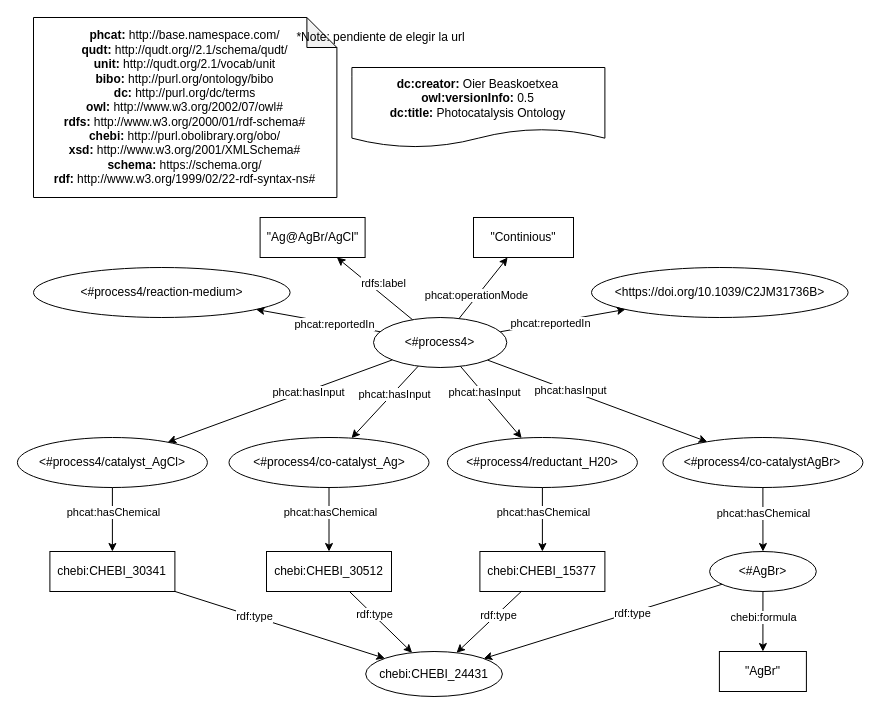
The draw.io diagram page "Ejemplo-input" (4 of 8) of examples/photocatalysis-ontology-example.drawio in SolarChem/solarchem-ontology, before the edit. Source tidied: cells renumbered, new cells numbered last; positions are measured from the earlier drawing's top-left corner, leaving out a move shared by most shapes. Both pictures are drawn from the tidied source at 100%, with x=0, y=0 at pixel (17, 17).
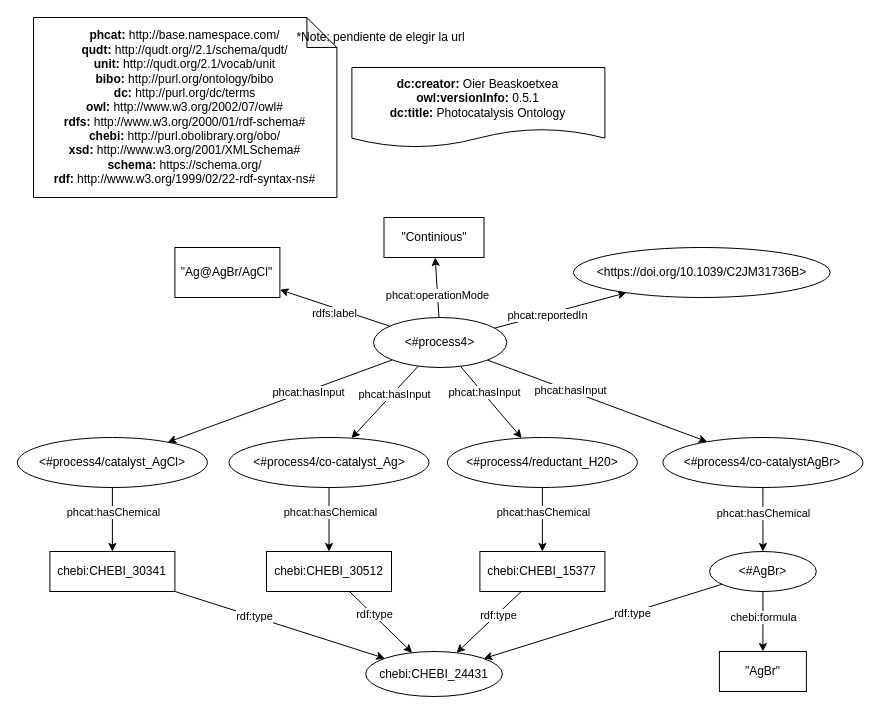
The same diagram, later.

Unchanged cells that the change refers to:
```xml
<mxCell id="6" value="&amp;lt;#process4&amp;gt;" style="ellipse;whiteSpace=wrap;html=1;fillColor=default;" parent="1" vertex="1">
  <mxGeometry x="356" y="300" width="133.3" height="50" as="geometry" />
</mxCell>
<mxCell id="13" style="edgeStyle=none;html=1;" parent="1" edge="1" source="6" target="12">
  <mxGeometry relative="1" as="geometry" />
</mxCell>
```

What changed in the source:
```diff
@@
-    <mxCell id="2" value="&lt;div&gt;&lt;b&gt;dc:creator:&lt;/b&gt;&amp;nbsp;Oier Beaskoetxea&lt;/div&gt;&lt;div&gt;&lt;b&gt;owl:versionInfo:&lt;/b&gt; 0.5&lt;/div&gt;&lt;div&gt;&lt;b&gt;dc:title:&lt;/b&gt;&amp;nbsp;Photocatalysis Ontology&lt;/div&gt;" style="shape=document;whiteSpace=wrap;html=1;boundedLbl=1;labelBackgroundColor=#ffffff;strokeColor=#000000;fontSize=12;fontColor=#000000;size=0.23333333333333334;" parent="1" vertex="1">
+    <mxCell id="2" value="&lt;div&gt;&lt;b&gt;dc:creator:&lt;/b&gt;&amp;nbsp;Oier Beaskoetxea&lt;/div&gt;&lt;div&gt;&lt;b&gt;owl:versionInfo:&lt;/b&gt; 0.5.1&lt;/div&gt;&lt;div&gt;&lt;b&gt;dc:title:&lt;/b&gt;&amp;nbsp;Photocatalysis Ontology&lt;/div&gt;" style="shape=document;whiteSpace=wrap;html=1;boundedLbl=1;labelBackgroundColor=#ffffff;strokeColor=#000000;fontSize=12;fontColor=#000000;size=0.23333333333333334;" parent="1" vertex="1">
       <mxGeometry x="334.4" y="50" width="253" height="80" as="geometry" />
     </mxCell>
@@
     <mxCell id="5" value="&amp;lt;https://doi.org/10.1039/C2JM31736B&amp;gt;" style="ellipse;whiteSpace=wrap;html=1;fillColor=default;" parent="1" vertex="1">
-      <mxGeometry x="574" y="250" width="256.6" height="50" as="geometry" />
+      <mxGeometry x="556" y="230" width="256.6" height="50" as="geometry" />
     </mxCell>
@@
     <mxCell id="9" value="&quot;Continious&quot;" style="rounded=0;whiteSpace=wrap;html=1;fillColor=default;" parent="1" vertex="1">
-      <mxGeometry x="456" y="200" width="100" height="40" as="geometry" />
+      <mxGeometry x="366.5" y="200" width="100" height="40" as="geometry" />
     </mxCell>
@@
     <mxCell id="12" value="&quot;Ag@AgBr/AgCl&quot;" style="rounded=0;whiteSpace=wrap;html=1;fillColor=default;" parent="1" vertex="1">
-      <mxGeometry x="242.6" y="200" width="105" height="40" as="geometry" />
+      <mxGeometry x="157.4" y="230" width="105" height="50" as="geometry" />
     </mxCell>
@@
     <mxCell id="14" value="rdfs:label" style="edgeLabel;html=1;align=center;verticalAlign=middle;" parent="13" vertex="1">
       <mxGeometry x="-0.25" y="1" relative="1" as="geometry">
-        <mxPoint y="-14" as="offset" />
+        <mxPoint x="-15" y="-1" as="offset" />
       </mxGeometry>
     </mxCell>
-    <mxCell id="15" value="&amp;lt;#process4/reaction-medium&amp;gt;" style="ellipse;whiteSpace=wrap;html=1;fillColor=default;" parent="1" vertex="1">
-      <mxGeometry x="16" y="250" width="256.6" height="50" as="geometry" />
-    </mxCell>
-    <mxCell id="16" style="edgeStyle=none;html=1;" parent="1" edge="1" source="6" target="15">
-      <mxGeometry relative="1" as="geometry" />
-    </mxCell>
-    <mxCell id="17" value="phcat:reportedIn" style="edgeLabel;html=1;align=center;verticalAlign=middle;" parent="16" vertex="1">
-      <mxGeometry x="-0.25" y="1" relative="1" as="geometry" />
-    </mxCell>
```
